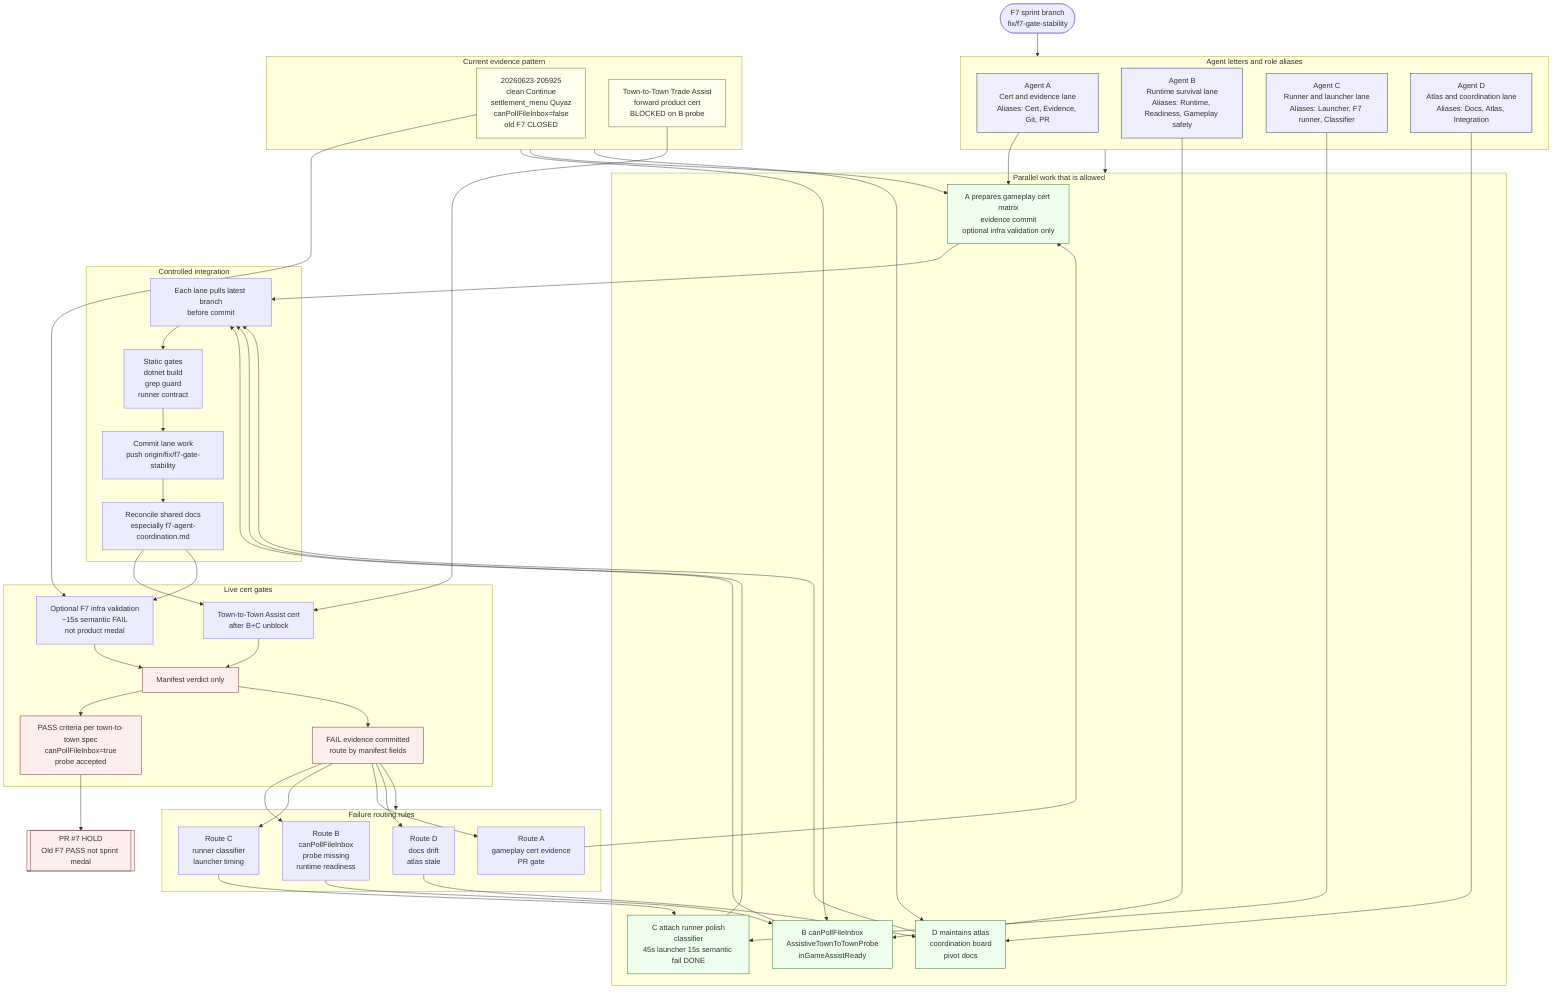
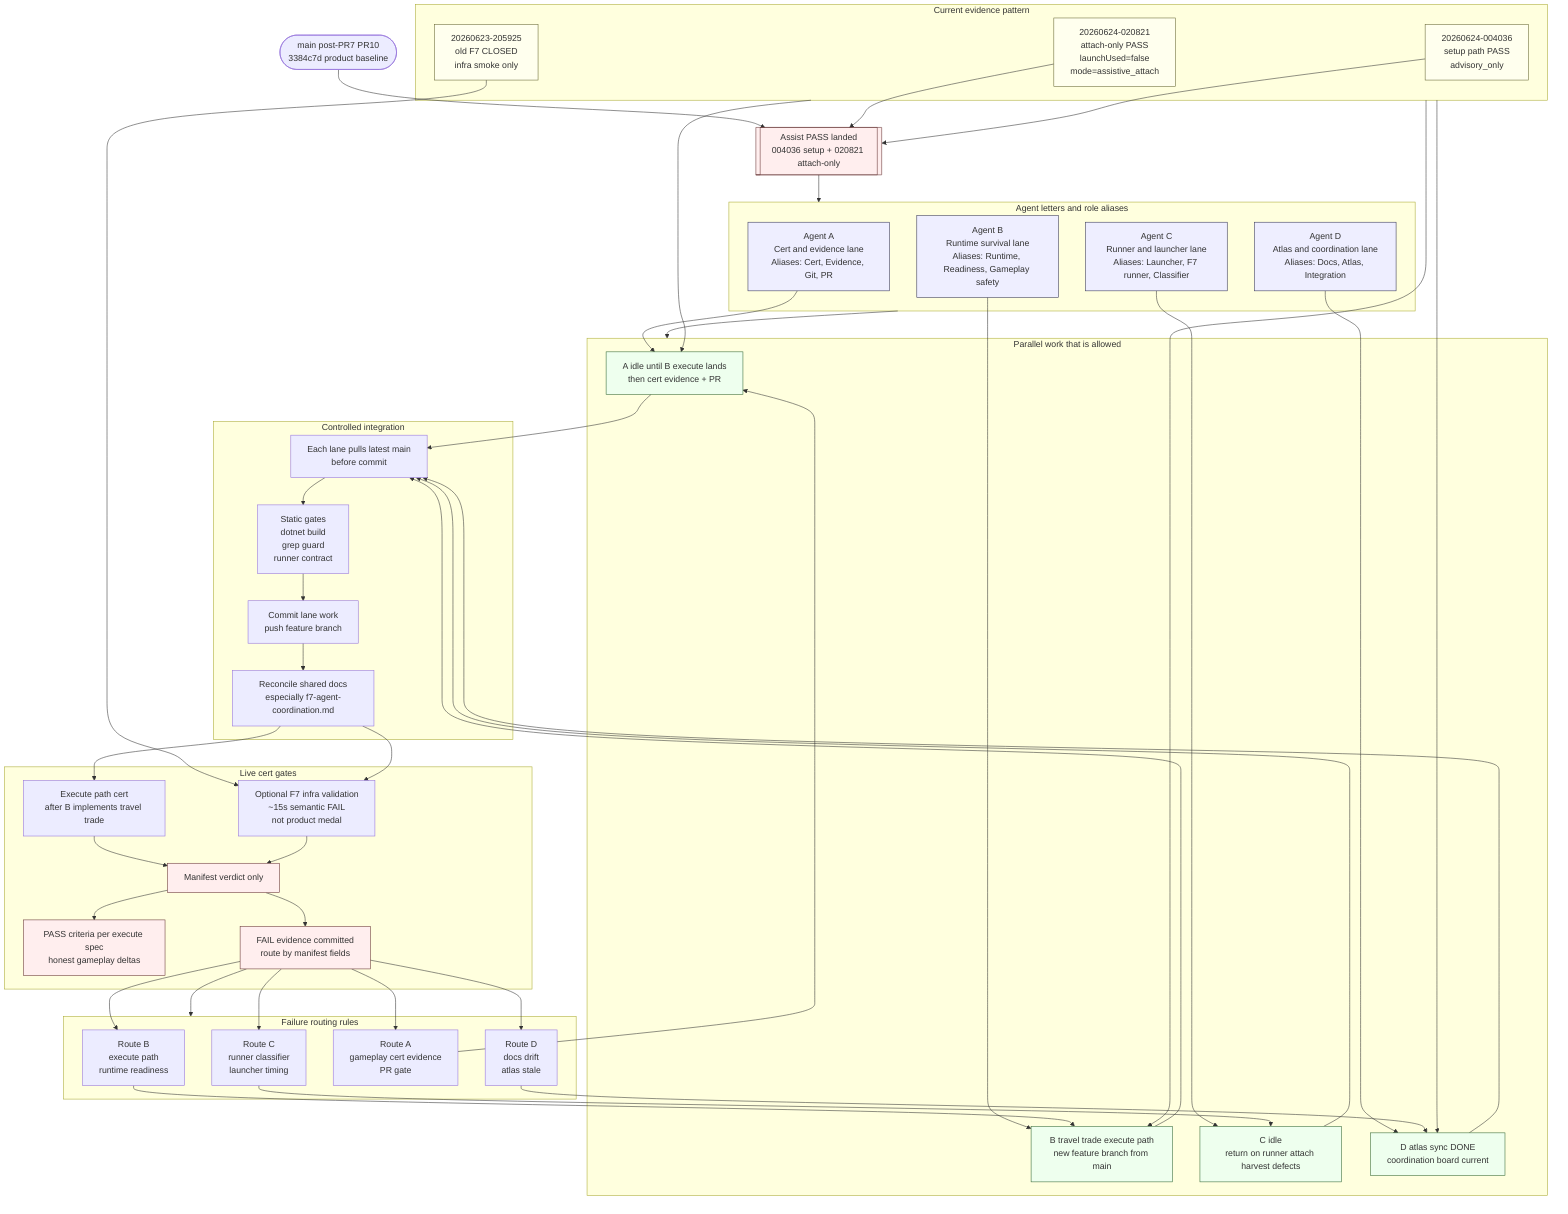
%% The Blacksmith Guild - F7 agent mental model
%% Purpose: keep agent letters, roles, lanes, and handoffs consistent.
%% Doctrine: No manifest, no medal. Build PASS is not game PASS.

flowchart TD
-     Start([F7 sprint branch<br/>fix/f7-gate-stability])
-     Hold[[PR #7 HOLD<br/>Old F7 PASS not sprint medal]]
+     Start([main post-PR7 PR10<br/>3384c7d product baseline])
+     AssistPass[[Assist PASS landed<br/>004036 setup + 020821 attach-only]]

    subgraph Agents[Agent letters and role aliases]
        A["Agent A<br/>Cert and evidence lane<br/>Aliases: Cert, Evidence, Git, PR"]
        B["Agent B<br/>Runtime survival lane<br/>Aliases: Runtime, Readiness, Gameplay safety"]
        C["Agent C<br/>Runner and launcher lane<br/>Aliases: Launcher, F7 runner, Classifier"]
        D["Agent D<br/>Atlas and coordination lane<br/>Aliases: Docs, Atlas, Integration"]
    end

    subgraph Parallel[Parallel work that is allowed]
-         Aprep["A prepares gameplay cert matrix<br/>evidence commit<br/>optional infra validation only"]
-         Bwork["B canPollFileInbox<br/>AssistiveTownToTownProbe<br/>inGameAssistReady"]
-         Cwork["C attach runner polish<br/>classifier<br/>45s launcher 15s semantic fail DONE"]
-         Dwork["D maintains atlas<br/>coordination board<br/>pivot docs"]
+         Aprep["A idle until B execute lands<br/>then cert evidence + PR"]
+         Bwork["B travel trade execute path<br/>new feature branch from main"]
+         Cwork["C idle<br/>return on runner attach harvest defects"]
+         Dwork["D atlas sync DONE<br/>coordination board current"]
    end

    subgraph Evidence[Current evidence pattern]
-         E205925["20260623-205925<br/>clean Continue<br/>settlement_menu Quyaz<br/>canPollFileInbox=false<br/>old F7 CLOSED"]
-         EAssist["Town-to-Town Trade Assist<br/>forward product cert<br/>BLOCKED on B probe"]
+         E020821["20260624-020821<br/>attach-only PASS<br/>launchUsed=false<br/>mode=assistive_attach"]
+         E004036["20260624-004036<br/>setup path PASS<br/>advisory_only"]
+         E205925["20260623-205925<br/>old F7 CLOSED<br/>infra smoke only"]
    end

    subgraph Integration[Controlled integration]
-         PullLatest["Each lane pulls latest branch<br/>before commit"]
+         PullLatest["Each lane pulls latest main<br/>before commit"]
        Static["Static gates<br/>dotnet build<br/>grep guard<br/>runner contract"]
-         CommitPush["Commit lane work<br/>push origin/fix/f7-gate-stability"]
+         CommitPush["Commit lane work<br/>push feature branch"]
        Reconcile["Reconcile shared docs<br/>especially f7-agent-coordination.md"]
    end

    subgraph Cert[Live cert gates]
        InfraOpt["Optional F7 infra validation<br/>~15s semantic FAIL<br/>not product medal"]
-         GameplayCert["Town-to-Town Assist cert<br/>after B+C unblock"]
+         ExecuteCert["Execute path cert<br/>after B implements travel trade"]
        Manifest["Manifest verdict only"]
-         Pass["PASS criteria per town-to-town spec<br/>canPollFileInbox=true<br/>probe accepted"]
+         Pass["PASS criteria per execute spec<br/>honest gameplay deltas"]
        Fail["FAIL evidence committed<br/>route by manifest fields"]
    end

    subgraph Routing[Failure routing rules]
-         RouteB["Route B<br/>canPollFileInbox<br/>probe missing<br/>runtime readiness"]
+         RouteB["Route B<br/>execute path<br/>runtime readiness"]
        RouteC["Route C<br/>runner classifier<br/>launcher timing"]
        RouteA["Route A<br/>gameplay cert evidence<br/>PR gate"]
        RouteD["Route D<br/>docs drift<br/>atlas stale"]
    end

-     Start --> Agents
+     Start --> AssistPass
+     AssistPass --> Agents
    Agents --> Parallel
    A --> Aprep
    B --> Bwork
    C --> Cwork
    D --> Dwork

    Evidence --> Bwork
    Evidence --> Aprep
    Evidence --> Dwork

+     E020821 --> AssistPass
+     E004036 --> AssistPass
+     E205925 --> InfraOpt
+ 
    Aprep --> PullLatest
    Bwork --> PullLatest
    Cwork --> PullLatest
    Dwork --> PullLatest
    PullLatest --> Static
    Static --> CommitPush
    CommitPush --> Reconcile
-     Reconcile --> GameplayCert
+     Reconcile --> ExecuteCert
    Reconcile --> InfraOpt

-     E205925 --> InfraOpt
-     EAssist --> GameplayCert
-     GameplayCert --> Manifest
+     ExecuteCert --> Manifest
    InfraOpt --> Manifest
    Manifest --> Pass
    Manifest --> Fail
-     Pass --> Hold
    Fail --> Routing

    Fail --> RouteB
    Fail --> RouteC
    Fail --> RouteA
    Fail --> RouteD

    RouteB --> Bwork
    RouteC --> Cwork
    RouteA --> Aprep
    RouteD --> Dwork

    classDef agent fill:#eef,stroke:#335,stroke-width:1px
    classDef work fill:#efe,stroke:#363,stroke-width:1px
    classDef evidence fill:#ffe,stroke:#663,stroke-width:1px
    classDef gate fill:#fee,stroke:#633,stroke-width:1px

    class A,B,C,D agent
    class Aprep,Bwork,Cwork,Dwork work
-     class E205925,EAssist evidence
-     class Hold,Manifest,Pass,Fail gate
+     class E020821,E004036,E205925 evidence
+     class AssistPass,Manifest,Pass,Fail gate
